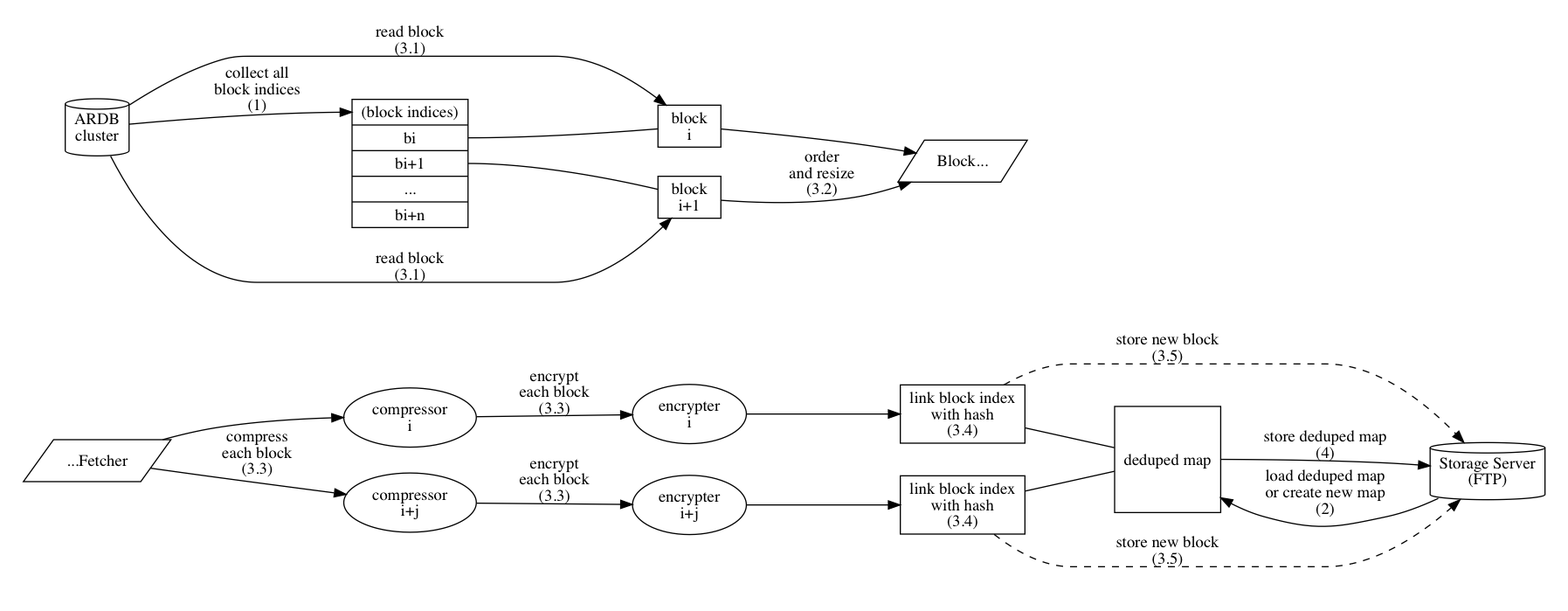
Earlier version of the Graphviz export docs/assets/backup_overview_export.png (g8os/EFBD). Its source is kept beside it as docs/assets/src/backup_overview_export.dot.
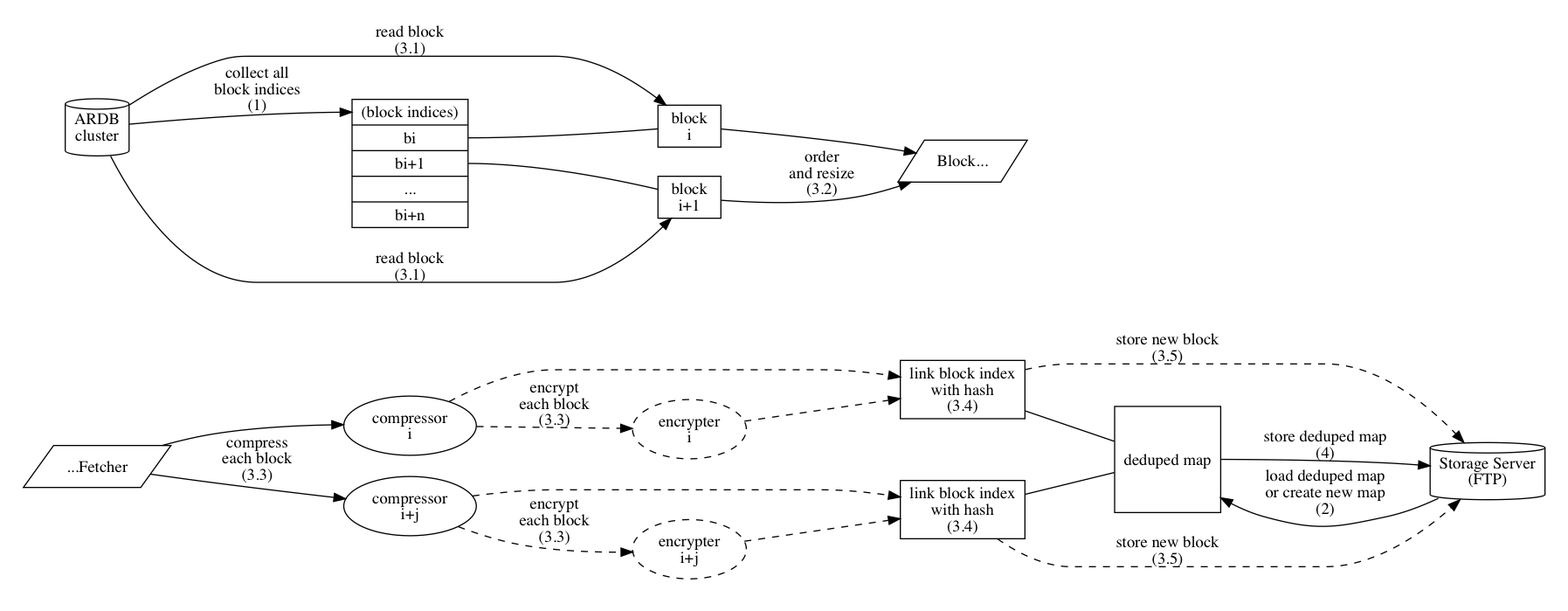
After the commit.

Commit message:
update optional encryption info in backup external docs

Diff of the diagram source:
```diff
@@ -21,15 +21,26 @@
 
     encrypter1 [
         label = "encrypter\ni"
+        style = "dashed"
     ]
     encrypter2 [
         label = "encrypter\ni+j"
+        style = "dashed"
     ]
     compressor1 -> encrypter1 [
         label = "encrypt\neach block\n(3.3)"
+        style = "dashed"
     ]
     compressor2 -> encrypter2 [
         label = "encrypt\neach block\n(3.3)"
+        style = "dashed"
+    ]
+
+    compressor1 -> indexHashLinker1 [
+        style = "dashed"
+    ]
+    compressor2 -> indexHashLinker2 [
+        style = "dashed"
     ]
 
     indexHashLinker1 [
@@ -40,8 +51,12 @@
         shape = "rectangle"
         label = "link block index\nwith hash\n(3.4)"
     ]
-    encrypter1 -> indexHashLinker1
-    encrypter2 -> indexHashLinker2
+    encrypter1 -> indexHashLinker1 [
+        style = "dashed"
+    ]
+    encrypter2 -> indexHashLinker2 [
+        style = "dashed"
+    ]
 
     dedupedMap [
         label = "deduped map"
```
